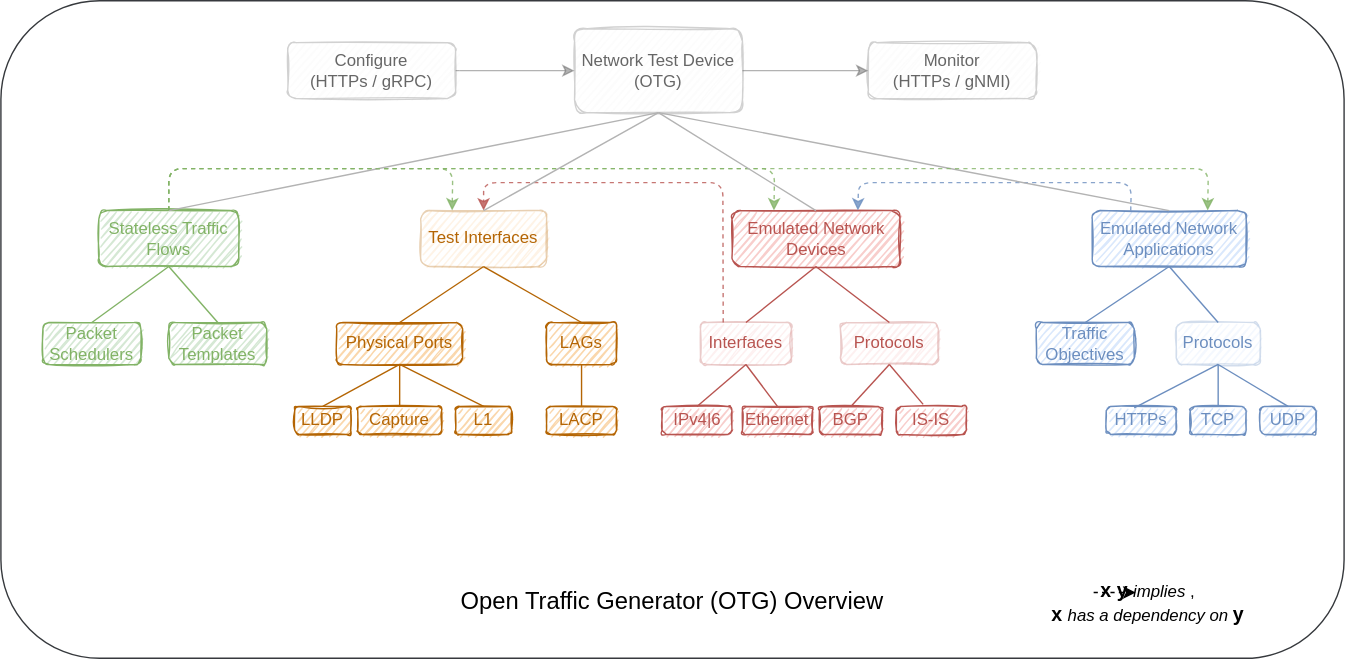
This is docs/overview.drawio.svg from open-traffic-generator/models, a draw.io export, as it was before one commit. Source tidied: cells renumbered, new cells last; positions are measured from the earlier drawing's top-left corner, leaving out a move shared by most shapes.
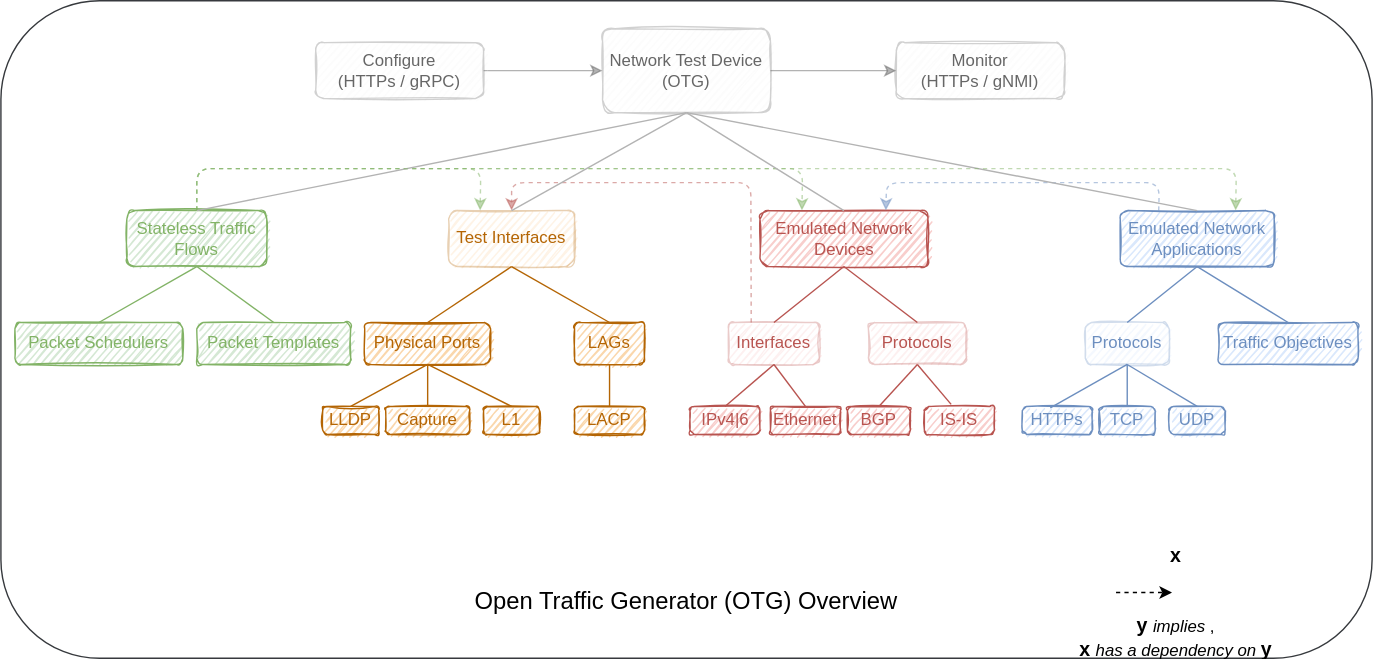
After the change.

Diff of the diagram source:
```diff
@@ -3,7 +3,7 @@
     <mxCell id="0" />
     <mxCell id="1" parent="0" />
     <mxCell id="2" style="rounded=1;whiteSpace=wrap;html=1;fillColor=#FFFFFF;strokeColor=#36393d;" parent="1" vertex="1">
-      <mxGeometry width="960" height="470" as="geometry" />
+      <mxGeometry x="-20" width="980" height="470" as="geometry" />
     </mxCell>
     <mxCell id="3" value="&lt;font color=&quot;#666666&quot;&gt;Network Test Device (OTG)&lt;/font&gt;" style="rounded=1;whiteSpace=wrap;html=1;fillColor=#f5f5f5;strokeColor=#666666;sketch=1;fontColor=#333333;opacity=30;" parent="1" vertex="1">
       <mxGeometry x="410" y="20" width="120" height="60" as="geometry" />
@@ -57,9 +57,9 @@
       <mxGeometry relative="1" as="geometry" />
     </mxCell>
     <mxCell id="20" value="&lt;font color=&quot;#000000&quot; style=&quot;font-size: 17px&quot;&gt;Open Traffic Generator (OTG) Overview&lt;/font&gt;" style="text;html=1;strokeColor=none;fillColor=none;align=center;verticalAlign=middle;whiteSpace=wrap;rounded=0;fontColor=#82B366;" parent="1" vertex="1">
-      <mxGeometry x="315" y="400" width="330" height="60" as="geometry" />
+      <mxGeometry x="305" y="400" width="330" height="60" as="geometry" />
     </mxCell>
-    <mxCell id="21" style="endArrow=classic;html=1;strokeColor=#82B366;dashed=1;entryX=0.25;entryY=0;entryDx=0;entryDy=0;opacity=80;exitX=0.5;exitY=0;exitDx=0;exitDy=0;" parent="1" edge="1" source="11" target="6">
+    <mxCell id="21" style="endArrow=classic;html=1;strokeColor=#82B366;dashed=1;entryX=0.25;entryY=0;entryDx=0;entryDy=0;opacity=50;exitX=0.5;exitY=0;exitDx=0;exitDy=0;" parent="1" edge="1" source="11" target="6">
       <mxGeometry relative="1" as="geometry">
         <Array as="points">
           <mxPoint x="120" y="120" />
@@ -73,7 +73,7 @@
     <mxCell id="23" value="&lt;font color=&quot;#6c8ebf&quot;&gt;Emulated Network&lt;br&gt;Applications&lt;br&gt;&lt;/font&gt;" style="rounded=1;whiteSpace=wrap;html=1;fillColor=#dae8fc;strokeColor=#6c8ebf;sketch=1;" parent="1" vertex="1">
       <mxGeometry x="780" y="150" width="110" height="40" as="geometry" />
     </mxCell>
-    <mxCell id="24" style="endArrow=classic;html=1;exitX=0.25;exitY=0;exitDx=0;exitDy=0;strokeColor=#6C8EBF;dashed=1;entryX=0.75;entryY=0;entryDx=0;entryDy=0;opacity=80;" parent="1" edge="1" source="23" target="6">
+    <mxCell id="24" style="endArrow=classic;html=1;exitX=0.25;exitY=0;exitDx=0;exitDy=0;strokeColor=#6C8EBF;dashed=1;entryX=0.75;entryY=0;entryDx=0;entryDy=0;opacity=50;" parent="1" edge="1" source="23" target="6">
       <mxGeometry relative="1" as="geometry">
         <Array as="points">
           <mxPoint x="808" y="130" />
@@ -84,7 +84,7 @@
     <mxCell id="25" style="endArrow=none;html=1;fontColor=#82B366;strokeColor=#B46504;entryX=0.5;entryY=1;entryDx=0;entryDy=0;exitX=0.5;exitY=0;exitDx=0;exitDy=0;" parent="1" edge="1" source="22" target="4">
       <mxGeometry relative="1" as="geometry" />
     </mxCell>
-    <mxCell id="26" style="endArrow=classic;html=1;entryX=0.5;entryY=0;entryDx=0;entryDy=0;exitX=0.25;exitY=0;exitDx=0;exitDy=0;strokeColor=#B85450;dashed=1;opacity=80;" parent="1" edge="1" source="9" target="27">
+    <mxCell id="26" style="endArrow=classic;html=1;entryX=0.5;entryY=0;entryDx=0;entryDy=0;exitX=0.25;exitY=0;exitDx=0;exitDy=0;strokeColor=#B85450;dashed=1;opacity=50;" parent="1" edge="1" source="9" target="27">
       <mxGeometry relative="1" as="geometry">
         <Array as="points">
           <mxPoint x="516" y="130" />
@@ -101,13 +101,13 @@
     <mxCell id="29" style="endArrow=none;html=1;fontColor=#82B366;strokeColor=#B46504;entryX=0.5;entryY=1;entryDx=0;entryDy=0;exitX=0.5;exitY=0;exitDx=0;exitDy=0;" parent="1" edge="1" source="5" target="27">
       <mxGeometry relative="1" as="geometry" />
     </mxCell>
-    <mxCell id="30" value="&lt;font color=&quot;#000000&quot;&gt;&lt;b&gt;&lt;font style=&quot;font-size: 14px&quot;&gt;x&lt;/font&gt;&lt;font style=&quot;font-size: 13px&quot;&gt;&amp;nbsp; &amp;nbsp; &amp;nbsp; &amp;nbsp; &amp;nbsp; &amp;nbsp;&amp;nbsp;&lt;/font&gt;&lt;font style=&quot;font-size: 14px&quot;&gt;y &lt;/font&gt;&lt;/b&gt;&lt;font style=&quot;font-size: 12px&quot;&gt;&lt;i&gt;implies&lt;/i&gt;,&lt;/font&gt;&lt;span style=&quot;font-size: 14px&quot;&gt;&amp;nbsp;&lt;/span&gt;&lt;br&gt;&lt;b style=&quot;font-size: 14px&quot;&gt;x&lt;/b&gt; &lt;font style=&quot;font-style: italic ; font-size: 12px&quot;&gt;has a dependency on&lt;/font&gt; &lt;b style=&quot;font-size: 14px&quot;&gt;&lt;font style=&quot;font-size: 14px&quot;&gt;y&lt;/font&gt;&lt;/b&gt;&lt;/font&gt;" style="rounded=1;whiteSpace=wrap;html=1;opacity=30;fillColor=none;strokeColor=none;" parent="1" vertex="1">
+    <mxCell id="30" value="&lt;font color=&quot;#000000&quot;&gt;&lt;b&gt;&lt;font style=&quot;font-size: 14px&quot;&gt;x&lt;span style=&quot;white-space: pre&quot;&gt;&#9;&lt;/span&gt;&lt;span style=&quot;white-space: pre&quot;&gt;&#9;&lt;/span&gt;&lt;/font&gt;&lt;font style=&quot;font-size: 14px&quot;&gt;y &lt;/font&gt;&lt;/b&gt;&lt;font style=&quot;font-size: 12px&quot;&gt;&lt;i&gt;implies&lt;/i&gt;,&lt;/font&gt;&lt;span style=&quot;font-size: 14px&quot;&gt;&amp;nbsp;&lt;/span&gt;&lt;br&gt;&lt;b style=&quot;font-size: 14px&quot;&gt;x&lt;/b&gt; &lt;font style=&quot;font-style: italic ; font-size: 12px&quot;&gt;has a dependency on&lt;/font&gt; &lt;b style=&quot;font-size: 14px&quot;&gt;&lt;font style=&quot;font-size: 14px&quot;&gt;y&lt;/font&gt;&lt;/b&gt;&lt;/font&gt;" style="rounded=1;whiteSpace=wrap;html=1;opacity=30;fillColor=none;strokeColor=none;" parent="1" vertex="1">
       <mxGeometry x="730" y="400" width="180" height="60" as="geometry" />
     </mxCell>
-    <mxCell id="31" style="endArrow=classic;html=1;exitX=1;exitY=0.5;exitDx=0;exitDy=0;strokeColor=#000000;dashed=1;entryX=0;entryY=0.5;entryDx=0;entryDy=0;" parent="1" edge="1">
+    <mxCell id="31" style="endArrow=classic;html=1;strokeColor=#000000;dashed=1;" parent="1" edge="1">
       <mxGeometry relative="1" as="geometry">
-        <mxPoint x="781" y="423" as="sourcePoint" />
-        <mxPoint x="811" y="423" as="targetPoint" />
+        <mxPoint x="777" y="423" as="sourcePoint" />
+        <mxPoint x="817" y="423" as="targetPoint" />
       </mxGeometry>
     </mxCell>
     <mxCell id="32" value="&lt;font color=&quot;#b46504&quot;&gt;Capture&lt;/font&gt;" style="rounded=1;whiteSpace=wrap;html=1;fillColor=#fad7ac;strokeColor=#b46504;sketch=1;" parent="1" vertex="1">
@@ -129,10 +129,10 @@
       <mxGeometry relative="1" as="geometry" />
     </mxCell>
     <mxCell id="38" value="&lt;font color=&quot;#82b366&quot;&gt;Packet Templates&lt;br&gt;&lt;/font&gt;" style="rounded=1;whiteSpace=wrap;html=1;fillColor=#d5e8d4;strokeColor=#82b366;sketch=1;" parent="1" vertex="1">
-      <mxGeometry x="120" y="230" width="70" height="30" as="geometry" />
+      <mxGeometry x="120" y="230" width="110" height="30" as="geometry" />
     </mxCell>
-    <mxCell id="39" value="&lt;font color=&quot;#82b366&quot;&gt;Packet&lt;br&gt;Schedulers&lt;br&gt;&lt;/font&gt;" style="rounded=1;whiteSpace=wrap;html=1;fillColor=#d5e8d4;strokeColor=#82b366;sketch=1;" parent="1" vertex="1">
-      <mxGeometry x="30" y="230" width="70" height="30" as="geometry" />
+    <mxCell id="39" value="&lt;font color=&quot;#82b366&quot;&gt;Packet Schedulers&lt;br&gt;&lt;/font&gt;" style="rounded=1;whiteSpace=wrap;html=1;fillColor=#d5e8d4;strokeColor=#82b366;sketch=1;" parent="1" vertex="1">
+      <mxGeometry x="-10" y="230" width="120" height="30" as="geometry" />
     </mxCell>
     <mxCell id="40" style="endArrow=none;html=1;fontColor=#82B366;strokeColor=#82B366;entryX=0.5;entryY=1;entryDx=0;entryDy=0;exitX=0.5;exitY=0;exitDx=0;exitDy=0;" parent="1" edge="1" source="39" target="11">
       <mxGeometry relative="1" as="geometry" />
@@ -141,12 +141,12 @@
       <mxGeometry relative="1" as="geometry" />
     </mxCell>
     <mxCell id="42" value="&lt;font color=&quot;#6c8ebf&quot;&gt;Protocols&lt;br&gt;&lt;/font&gt;" style="rounded=1;whiteSpace=wrap;html=1;fillColor=#dae8fc;strokeColor=#6c8ebf;sketch=1;opacity=30;" parent="1" vertex="1">
-      <mxGeometry x="840" y="230" width="60" height="30" as="geometry" />
+      <mxGeometry x="755" y="230" width="60" height="30" as="geometry" />
     </mxCell>
-    <mxCell id="43" value="&lt;font color=&quot;#6c8ebf&quot;&gt;Traffic&lt;br&gt;Objectives&lt;br&gt;&lt;/font&gt;" style="rounded=1;whiteSpace=wrap;html=1;fillColor=#dae8fc;strokeColor=#6c8ebf;sketch=1;" parent="1" vertex="1">
-      <mxGeometry x="740" y="230" width="70" height="30" as="geometry" />
+    <mxCell id="43" value="&lt;font color=&quot;#6c8ebf&quot;&gt;Traffic Objectives&lt;br&gt;&lt;/font&gt;" style="rounded=1;whiteSpace=wrap;html=1;fillColor=#dae8fc;strokeColor=#6c8ebf;sketch=1;" parent="1" vertex="1">
+      <mxGeometry x="850" y="230" width="100" height="30" as="geometry" />
     </mxCell>
-    <mxCell id="44" style="endArrow=classic;html=1;strokeColor=#82B366;dashed=1;entryX=0.25;entryY=0;entryDx=0;entryDy=0;opacity=80;exitX=0.5;exitY=0;exitDx=0;exitDy=0;" parent="1" edge="1" source="11" target="27">
+    <mxCell id="44" style="endArrow=classic;html=1;strokeColor=#82B366;dashed=1;entryX=0.25;entryY=0;entryDx=0;entryDy=0;opacity=50;exitX=0.5;exitY=0;exitDx=0;exitDy=0;" parent="1" edge="1" source="11" target="27">
       <mxGeometry relative="1" as="geometry">
         <Array as="points">
           <mxPoint x="120" y="120" />
@@ -170,10 +170,10 @@
       <mxGeometry relative="1" as="geometry" />
     </mxCell>
     <mxCell id="50" value="&lt;font color=&quot;#6c8ebf&quot;&gt;HTTPs&lt;br&gt;&lt;/font&gt;" style="rounded=1;whiteSpace=wrap;html=1;fillColor=#dae8fc;strokeColor=#6c8ebf;sketch=1;" parent="1" vertex="1">
-      <mxGeometry x="790" y="290" width="50" height="20" as="geometry" />
+      <mxGeometry x="710" y="290" width="50" height="20" as="geometry" />
     </mxCell>
     <mxCell id="51" value="&lt;font color=&quot;#6c8ebf&quot;&gt;TCP&lt;br&gt;&lt;/font&gt;" style="rounded=1;whiteSpace=wrap;html=1;fillColor=#dae8fc;strokeColor=#6c8ebf;sketch=1;" parent="1" vertex="1">
-      <mxGeometry x="850" y="290" width="40" height="20" as="geometry" />
+      <mxGeometry x="765" y="290" width="40" height="20" as="geometry" />
     </mxCell>
     <mxCell id="52" style="endArrow=none;html=1;fontColor=#82B366;strokeColor=#6C8EBF;entryX=0.5;entryY=1;entryDx=0;entryDy=0;exitX=0.4;exitY=0.05;exitDx=0;exitDy=0;exitPerimeter=0;" parent="1" edge="1" source="50" target="42">
       <mxGeometry relative="1" as="geometry" />
@@ -182,12 +182,12 @@
       <mxGeometry relative="1" as="geometry" />
     </mxCell>
     <mxCell id="54" value="&lt;font color=&quot;#6c8ebf&quot;&gt;UDP&lt;br&gt;&lt;/font&gt;" style="rounded=1;whiteSpace=wrap;html=1;fillColor=#dae8fc;strokeColor=#6c8ebf;sketch=1;" parent="1" vertex="1">
-      <mxGeometry x="900" y="290" width="40" height="20" as="geometry" />
+      <mxGeometry x="815" y="290" width="40" height="20" as="geometry" />
     </mxCell>
     <mxCell id="55" style="endArrow=none;html=1;fontColor=#82B366;strokeColor=#6C8EBF;exitX=0.5;exitY=0;exitDx=0;exitDy=0;entryX=0.5;entryY=1;entryDx=0;entryDy=0;" parent="1" edge="1" source="54" target="42">
       <mxGeometry relative="1" as="geometry" />
     </mxCell>
-    <mxCell id="56" style="endArrow=classic;html=1;strokeColor=#82B366;dashed=1;entryX=0.75;entryY=0;entryDx=0;entryDy=0;opacity=80;exitX=0.5;exitY=0;exitDx=0;exitDy=0;" parent="1" edge="1" source="11" target="23">
+    <mxCell id="56" style="endArrow=classic;html=1;strokeColor=#82B366;dashed=1;entryX=0.75;entryY=0;entryDx=0;entryDy=0;opacity=50;exitX=0.5;exitY=0;exitDx=0;exitDy=0;" parent="1" edge="1" source="11" target="23">
       <mxGeometry relative="1" as="geometry">
         <Array as="points">
           <mxPoint x="120" y="120" />
```
